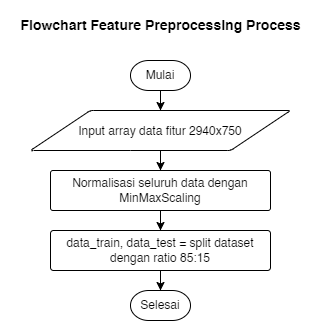
The draw.io diagram Skripsi/resource/Tugas Akhir-Flowchart Feature Preprocessing.drawio.png in RTAgung/tugas-akhir, before a commit. Source tidied: cells renumbered, new cells last; positions are measured from the earlier drawing's top-left corner, leaving out a move shared by most shapes.
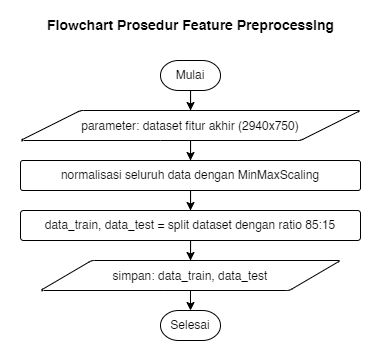
Later version of the same file.

The edit, as a diff of the source:
```diff
@@ -2,6 +2,9 @@
   <root>
     <mxCell id="0" />
     <mxCell id="1" parent="0" />
+    <mxCell id="12" style="rounded=0;whiteSpace=wrap;html=1;strokeColor=none;" parent="1" vertex="1">
+      <mxGeometry x="-40" y="-10" width="380" height="360" as="geometry" />
+    </mxCell>
     <mxCell id="2" style="edgeStyle=orthogonalEdgeStyle;rounded=0;jettySize=auto;html=1;fontSize=12;" parent="1" edge="1" source="3" target="10">
       <mxGeometry relative="1" as="geometry" />
     </mxCell>
@@ -9,28 +12,34 @@
       <mxGeometry x="120" y="50" width="60" height="30" as="geometry" />
     </mxCell>
     <mxCell id="4" value="Selesai" style="strokeWidth=1;html=1;shape=mxgraph.flowchart.terminator;whiteSpace=wrap;" parent="1" vertex="1">
-      <mxGeometry x="120" y="280" width="60" height="30" as="geometry" />
+      <mxGeometry x="120" y="300" width="60" height="30" as="geometry" />
     </mxCell>
     <mxCell id="5" style="edgeStyle=orthogonalEdgeStyle;rounded=0;jettySize=auto;html=1;entryX=0.5;entryY=0;entryDx=0;entryDy=0;fontSize=12;" parent="1" edge="1" source="6" target="8">
       <mxGeometry relative="1" as="geometry" />
     </mxCell>
-    <mxCell id="6" value="Normalisasi seluruh data dengan MinMaxScaling" style="rounded=1;whiteSpace=wrap;html=1;absoluteArcSize=1;arcSize=5;strokeWidth=1;" parent="1" vertex="1">
-      <mxGeometry x="40" y="160" width="220" height="40" as="geometry" />
+    <mxCell id="6" value="normalisasi seluruh data dengan MinMaxScaling" style="rounded=1;whiteSpace=wrap;html=1;absoluteArcSize=1;arcSize=5;strokeWidth=1;" parent="1" vertex="1">
+      <mxGeometry x="-20" y="150" width="340" height="30" as="geometry" />
     </mxCell>
-    <mxCell id="7" style="edgeStyle=orthogonalEdgeStyle;rounded=0;jettySize=auto;html=1;entryX=0.5;entryY=0;entryDx=0;entryDy=0;entryPerimeter=0;fontSize=12;" parent="1" edge="1" source="8" target="4">
+    <mxCell id="7" style="edgeStyle=orthogonalEdgeStyle;rounded=0;jettySize=auto;html=1;entryX=0.5;entryY=0;entryDx=0;entryDy=0;entryPerimeter=0;fontSize=12;exitX=0.5;exitY=1;exitDx=0;exitDy=0;" parent="1" edge="1" source="14" target="4">
       <mxGeometry relative="1" as="geometry" />
     </mxCell>
+    <mxCell id="13" style="edgeStyle=orthogonalEdgeStyle;rounded=0;jettySize=auto;html=1;entryX=0.5;entryY=0;entryDx=0;entryDy=0;" parent="1" edge="1" source="8" target="14">
+      <mxGeometry relative="1" as="geometry" />
+    </mxCell>
     <mxCell id="8" value="data_train, data_test = split dataset dengan ratio 85:15" style="rounded=1;whiteSpace=wrap;html=1;absoluteArcSize=1;arcSize=6;strokeWidth=1;" parent="1" vertex="1">
-      <mxGeometry x="40" y="220" width="220" height="40" as="geometry" />
+      <mxGeometry x="-20" y="200" width="340" height="30" as="geometry" />
     </mxCell>
     <mxCell id="9" style="edgeStyle=orthogonalEdgeStyle;rounded=0;jettySize=auto;html=1;entryX=0.5;entryY=0;entryDx=0;entryDy=0;fontSize=12;" parent="1" edge="1" source="10" target="6">
       <mxGeometry relative="1" as="geometry" />
     </mxCell>
-    <mxCell id="10" value="&lt;font style=&quot;font-size: 12px;&quot;&gt;Input array data fitur 2940x750&lt;/font&gt;" style="shape=parallelogram;html=1;strokeWidth=1;perimeter=parallelogramPerimeter;whiteSpace=wrap;rounded=1;arcSize=6;size=0.23;fontSize=14;" parent="1" vertex="1">
-      <mxGeometry x="20" y="100" width="260" height="40" as="geometry" />
+    <mxCell id="10" value="&lt;font style=&quot;font-size: 12px;&quot;&gt;parameter: dataset fitur akhir (2940x750)&lt;/font&gt;" style="shape=parallelogram;html=1;strokeWidth=1;perimeter=parallelogramPerimeter;whiteSpace=wrap;rounded=1;arcSize=6;size=0.1764705882352941;fontSize=14;" parent="1" vertex="1">
+      <mxGeometry x="-20" y="100" width="340" height="30" as="geometry" />
     </mxCell>
-    <mxCell id="11" value="&lt;font style=&quot;font-size: 14px;&quot;&gt;Flowchart Feature Preprocessing Process&lt;/font&gt;" style="text;html=1;align=center;verticalAlign=middle;strokeColor=none;fillColor=none;fontSize=12;fontStyle=1;" parent="1" vertex="1">
-      <mxGeometry width="300" height="30" as="geometry" />
+    <mxCell id="11" value="&lt;font style=&quot;font-size: 14px;&quot;&gt;Flowchart Prosedur Feature Preprocessing&lt;/font&gt;" style="text;html=1;align=center;verticalAlign=middle;strokeColor=none;fillColor=none;fontSize=12;fontStyle=1;" parent="1" vertex="1">
+      <mxGeometry x="-5" width="310" height="30" as="geometry" />
     </mxCell>
+    <mxCell id="14" value="&lt;span style=&quot;font-size: 12px;&quot;&gt;simpan: data_train, data_test&lt;/span&gt;" style="shape=parallelogram;html=1;strokeWidth=1;perimeter=parallelogramPerimeter;whiteSpace=wrap;rounded=1;arcSize=6;size=0.17045454545454544;fontSize=14;" parent="1" vertex="1">
+      <mxGeometry y="250" width="300" height="30" as="geometry" />
+    </mxCell>
   </root>
 </mxGraphModel>
```
